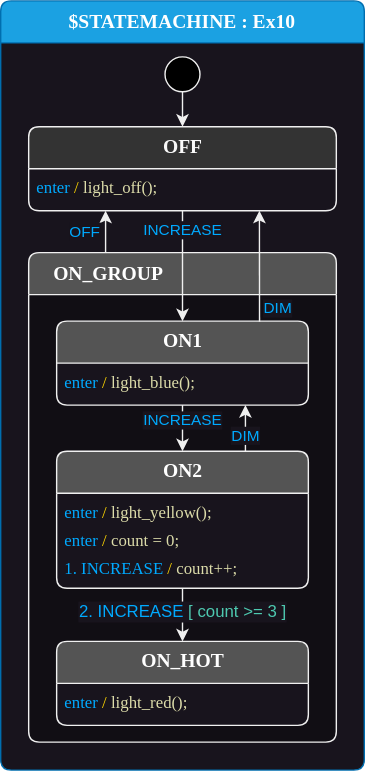
Above: docs/fundamentals-1/Ex10.drawio.svg in StateSmith/statesmith.github.io (draw.io), before the change. Source tidied: cells renumbered, new cells last; positions are measured from the earlier drawing's top-left corner, leaving out a move shared by most shapes. Source of this version:
```xml
<mxGraphModel>
  <root>
    <mxCell id="0" />
    <mxCell id="1" parent="0" />
    <mxCell id="2" value="$STATEMACHINE : Ex10" style="shape=swimlane;align=center;verticalAlign=top;fontFamily=Lucida Console;startSize=30;fontSize=14;fontStyle=1;swimlaneFillColor=#18141d;rounded=1;arcSize=15;absoluteArcSize=1;fillColor=#1ba1e2;fontColor=#ffffff;strokeColor=#006EAF;" parent="1" vertex="1">
      <mxGeometry width="260" height="550" as="geometry" />
    </mxCell>
    <mxCell id="3" value="ON_GROUP " style="shape=swimlane;align=left;verticalAlign=top;fontFamily=Lucida Console;startSize=30;fontSize=14;fontStyle=1;fontColor=#ffffff;fillColor=#545454;swimlaneFillColor=#110E14;rounded=1;arcSize=15;absoluteArcSize=1;strokeColor=#F0F0F0;spacingLeft=16;" parent="2" vertex="1">
      <mxGeometry x="20" y="180" width="220" height="350" as="geometry" />
    </mxCell>
    <mxCell id="4" value=" " style="fontFamily=Lucida Console;align=left;verticalAlign=top;fillColor=none;gradientColor=none;strokeColor=none;rounded=0;spacingLeft=4;" parent="3" vertex="1">
      <mxGeometry y="30" width="30" height="20" as="geometry" />
    </mxCell>
    <mxCell id="5" value="ON1" style="shape=swimlane;align=center;verticalAlign=top;fontFamily=Lucida Console;startSize=30;fontSize=14;fontStyle=1;swimlaneFillColor=#18141d;html=1;rounded=1;arcSize=15;absoluteArcSize=1;fillColor=#545454;fontColor=#ffffff;strokeColor=#F0F0F0;" parent="3" vertex="1">
      <mxGeometry x="20" y="49" width="180" height="60" as="geometry" />
    </mxCell>
    <mxCell id="6" value="&lt;font color=&quot;#00aaff&quot;&gt;enter&lt;/font&gt; &lt;font color=&quot;#ffd700&quot;&gt;/&lt;/font&gt; &lt;font color=&quot;#dcdcaa&quot;&gt;light_blue();&lt;/font&gt;" style="fontFamily=Lucida Console;align=left;verticalAlign=top;fillColor=none;gradientColor=none;strokeColor=none;rounded=0;spacingLeft=4;html=1;" parent="5" vertex="1">
      <mxGeometry y="30" width="180" height="30" as="geometry" />
    </mxCell>
    <mxCell id="7" value="ON2" style="shape=swimlane;align=center;verticalAlign=top;fontFamily=Lucida Console;startSize=30;fontSize=14;fontStyle=1;swimlaneFillColor=#18141d;html=1;rounded=1;arcSize=15;absoluteArcSize=1;fillColor=#545454;fontColor=#ffffff;strokeColor=#F0F0F0;" parent="3" vertex="1">
      <mxGeometry x="20" y="142" width="180" height="98" as="geometry" />
    </mxCell>
    <mxCell id="8" value="&lt;font color=&quot;#00aaff&quot;&gt;enter &lt;/font&gt;&lt;font color=&quot;#ffd700&quot;&gt;/&lt;/font&gt; &lt;font color=&quot;#dcdcaa&quot;&gt;light_yellow();&lt;/font&gt;" style="fontFamily=Lucida Console;align=left;verticalAlign=top;fillColor=none;gradientColor=none;strokeColor=none;rounded=0;spacingLeft=4;html=1;" parent="7" vertex="1">
      <mxGeometry y="30" width="167" height="20" as="geometry" />
    </mxCell>
    <mxCell id="9" value="&lt;font color=&quot;#00aaff&quot;&gt;enter&lt;/font&gt; &lt;font color=&quot;#ffd700&quot;&gt;/&lt;/font&gt; &lt;font color=&quot;#dcdcaa&quot;&gt;count = 0;&lt;/font&gt;&lt;br&gt;" style="fontFamily=Lucida Console;align=left;verticalAlign=top;fillColor=none;gradientColor=none;strokeColor=none;rounded=0;spacingLeft=4;html=1;" parent="7" vertex="1">
      <mxGeometry y="50" width="160" height="20" as="geometry" />
    </mxCell>
    <mxCell id="10" value="&lt;font color=&quot;#00aaff&quot;&gt;1. INCREASE&lt;/font&gt; &lt;font color=&quot;#ffd700&quot;&gt;/&lt;/font&gt; &lt;font color=&quot;#dcdcaa&quot;&gt;count++;&lt;/font&gt;" style="fontFamily=Lucida Console;align=left;verticalAlign=top;fillColor=none;gradientColor=none;strokeColor=none;rounded=0;spacingLeft=4;html=1;" parent="7" vertex="1">
      <mxGeometry y="70" width="167" height="24" as="geometry" />
    </mxCell>
    <mxCell id="11" value="DIM" style="edgeStyle=none;html=1;exitX=0.75;exitY=0;exitDx=0;exitDy=0;entryX=0.75;entryY=1;entryDx=0;entryDy=0;fontColor=#00AAFF;strokeColor=#F0F0F0;labelBackgroundColor=#18141D;" parent="3" edge="1" source="7" target="5">
      <mxGeometry x="-0.33" relative="1" as="geometry" />
    </mxCell>
    <mxCell id="12" value="&lt;font&gt;INCREASE&lt;/font&gt;" style="edgeStyle=none;html=1;entryX=0.5;entryY=0;entryDx=0;entryDy=0;fontColor=#00AAFF;strokeColor=#F0F0F0;labelBackgroundColor=#18141D;" parent="3" edge="1" source="5" target="7">
      <mxGeometry x="-0.33" relative="1" as="geometry" />
    </mxCell>
    <mxCell id="13" value="ON_HOT" style="shape=swimlane;align=center;verticalAlign=top;fontFamily=Lucida Console;startSize=30;fontSize=14;fontStyle=1;swimlaneFillColor=#18141d;html=1;rounded=1;arcSize=15;absoluteArcSize=1;fillColor=#545454;fontColor=#ffffff;strokeColor=#F0F0F0;" parent="3" vertex="1">
      <mxGeometry x="20" y="278" width="180" height="60" as="geometry" />
    </mxCell>
    <mxCell id="14" value="&lt;font color=&quot;#00aaff&quot;&gt;enter&lt;/font&gt; &lt;font color=&quot;#ffd700&quot;&gt;/&lt;/font&gt; &lt;font color=&quot;#dcdcaa&quot;&gt;light_red();&lt;/font&gt;" style="fontFamily=Lucida Console;align=left;verticalAlign=top;fillColor=none;gradientColor=none;strokeColor=none;rounded=0;spacingLeft=4;html=1;" parent="13" vertex="1">
      <mxGeometry y="30" width="165" height="26" as="geometry" />
    </mxCell>
    <mxCell id="15" value="&lt;font style=&quot;font-size: 12px;&quot;&gt;&lt;font color=&quot;#00aaff&quot;&gt;2. INCREASE&lt;/font&gt; &lt;font color=&quot;#4ec9b0&quot;&gt;[ count &amp;gt;= 3 ]&lt;/font&gt;&lt;/font&gt;" style="edgeStyle=none;html=1;verticalAlign=middle;entryX=0.5;entryY=0;entryDx=0;entryDy=0;exitX=0.5;exitY=1;exitDx=0;exitDy=0;strokeColor=#F0F0F0;labelBackgroundColor=#18141D;" parent="3" edge="1" source="7" target="13">
      <mxGeometry x="-0.11" relative="1" as="geometry" />
    </mxCell>
    <mxCell id="16" value=" " style="fontFamily=Lucida Console;align=left;verticalAlign=top;fillColor=none;gradientColor=none;strokeColor=none;rounded=0;spacingLeft=4;" parent="2" vertex="1">
      <mxGeometry y="30" width="30" height="20" as="geometry" />
    </mxCell>
    <mxCell id="17" style="edgeStyle=none;html=1;strokeColor=#F0F0F0;" parent="2" edge="1" source="18" target="19">
      <mxGeometry relative="1" as="geometry" />
    </mxCell>
    <mxCell id="18" value="$initial_state" style="shape=ellipse;fillColor=#000000;noLabel=1;strokeColor=#F0F0F0;" parent="2" vertex="1">
      <mxGeometry x="117.5" y="40" width="25" height="25" as="geometry" />
    </mxCell>
    <mxCell id="19" value="OFF" style="shape=swimlane;align=center;verticalAlign=top;fontFamily=Lucida Console;startSize=30;fontSize=14;fontStyle=1;swimlaneFillColor=#18141d;html=1;rounded=1;arcSize=15;absoluteArcSize=1;fillColor=#333333;fontColor=#FAFAFA;strokeColor=#F0F0F0;" parent="2" vertex="1">
      <mxGeometry x="20" y="90" width="220" height="60" as="geometry" />
    </mxCell>
    <mxCell id="20" value="&lt;font color=&quot;#00aaff&quot;&gt;enter &lt;/font&gt;&lt;font color=&quot;#ffd700&quot;&gt;/&lt;/font&gt; &lt;font color=&quot;#dcdcaa&quot;&gt;light_off();&lt;/font&gt;" style="fontFamily=Lucida Console;align=left;verticalAlign=top;fillColor=none;gradientColor=none;strokeColor=none;rounded=0;spacingLeft=4;html=1;" parent="19" vertex="1">
      <mxGeometry y="30" width="170" height="30" as="geometry" />
    </mxCell>
    <mxCell id="21" value="OFF" style="edgeStyle=none;html=1;exitX=0.25;exitY=0;exitDx=0;exitDy=0;entryX=0.25;entryY=1;entryDx=0;entryDy=0;fontColor=#00AAFF;strokeColor=#F0F0F0;labelBackgroundColor=#18141D;" parent="2" edge="1" source="3" target="19">
      <mxGeometry x="0.02" y="15" relative="1" as="geometry" />
    </mxCell>
    <mxCell id="22" value="DIM" style="edgeStyle=none;html=1;exitX=0.806;exitY=0.007;exitDx=0;exitDy=0;exitPerimeter=0;fontColor=#00AAFF;entryX=0.75;entryY=1;entryDx=0;entryDy=0;strokeColor=#F0F0F0;labelBackgroundColor=#18141D;" parent="2" edge="1" source="5" target="19">
      <mxGeometry x="-0.78" y="-13" relative="1" as="geometry" />
    </mxCell>
    <mxCell id="23" value="INCREASE" style="edgeStyle=none;html=1;exitX=0.5;exitY=1;exitDx=0;exitDy=0;entryX=0.5;entryY=0;entryDx=0;entryDy=0;fontColor=#00AAFF;labelBackgroundColor=#18141D;strokeColor=#F0F0F0;" parent="2" edge="1" source="19" target="5">
      <mxGeometry x="-0.65" relative="1" as="geometry" />
    </mxCell>
  </root>
</mxGraphModel>
```
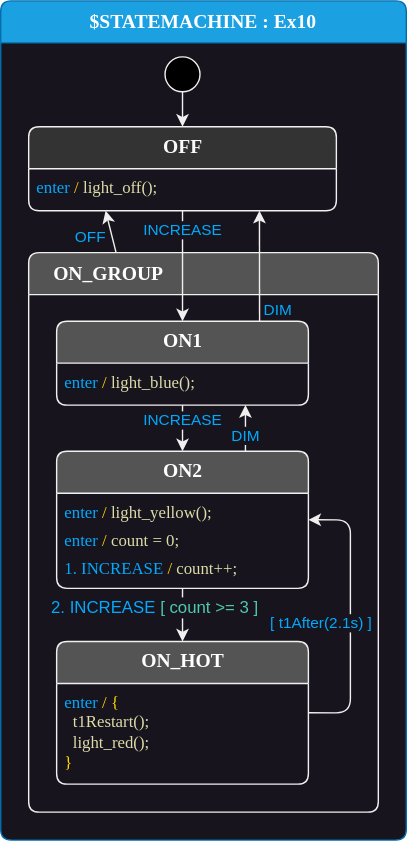
After the commit.

The edit, as a diff of the source:
```diff
@@ -3,10 +3,10 @@
     <mxCell id="0" />
     <mxCell id="1" parent="0" />
     <mxCell id="2" value="$STATEMACHINE : Ex10" style="shape=swimlane;align=center;verticalAlign=top;fontFamily=Lucida Console;startSize=30;fontSize=14;fontStyle=1;swimlaneFillColor=#18141d;rounded=1;arcSize=15;absoluteArcSize=1;fillColor=#1ba1e2;fontColor=#ffffff;strokeColor=#006EAF;" parent="1" vertex="1">
-      <mxGeometry width="260" height="550" as="geometry" />
+      <mxGeometry width="290" height="600" as="geometry" />
     </mxCell>
-    <mxCell id="3" value="ON_GROUP " style="shape=swimlane;align=left;verticalAlign=top;fontFamily=Lucida Console;startSize=30;fontSize=14;fontStyle=1;fontColor=#ffffff;fillColor=#545454;swimlaneFillColor=#110E14;rounded=1;arcSize=15;absoluteArcSize=1;strokeColor=#F0F0F0;spacingLeft=16;" parent="2" vertex="1">
-      <mxGeometry x="20" y="180" width="220" height="350" as="geometry" />
+    <mxCell id="3" value="ON_GROUP " style="shape=swimlane;align=left;verticalAlign=top;fontFamily=Lucida Console;startSize=30;fontSize=14;fontStyle=1;fontColor=#ffffff;fillColor=#545454;swimlaneFillColor=none;rounded=1;arcSize=15;absoluteArcSize=1;strokeColor=#F0F0F0;spacingLeft=16;" parent="2" vertex="1">
+      <mxGeometry x="20" y="180" width="250" height="400" as="geometry" />
     </mxCell>
     <mxCell id="4" value=" " style="fontFamily=Lucida Console;align=left;verticalAlign=top;fillColor=none;gradientColor=none;strokeColor=none;rounded=0;spacingLeft=4;" parent="3" vertex="1">
       <mxGeometry y="30" width="30" height="20" as="geometry" />
@@ -35,14 +35,22 @@
     <mxCell id="12" value="&lt;font&gt;INCREASE&lt;/font&gt;" style="edgeStyle=none;html=1;entryX=0.5;entryY=0;entryDx=0;entryDy=0;fontColor=#00AAFF;strokeColor=#F0F0F0;labelBackgroundColor=#18141D;" parent="3" edge="1" source="5" target="7">
       <mxGeometry x="-0.33" relative="1" as="geometry" />
     </mxCell>
+    <mxCell id="24" value="[ t1After(2.1s) ]" style="edgeStyle=orthogonalEdgeStyle;html=1;exitX=1;exitY=0.5;exitDx=0;exitDy=0;entryX=1;entryY=0.5;entryDx=0;entryDy=0;strokeColor=#F0F0F0;fontColor=#00AAFF;labelBackgroundColor=#18141D;" parent="3" edge="1" source="13" target="7">
+      <mxGeometry x="-0.05" y="21" relative="1" as="geometry">
+        <Array as="points">
+          <mxPoint x="230" y="329" />
+          <mxPoint x="230" y="191" />
+        </Array>
+      </mxGeometry>
+    </mxCell>
     <mxCell id="13" value="ON_HOT" style="shape=swimlane;align=center;verticalAlign=top;fontFamily=Lucida Console;startSize=30;fontSize=14;fontStyle=1;swimlaneFillColor=#18141d;html=1;rounded=1;arcSize=15;absoluteArcSize=1;fillColor=#545454;fontColor=#ffffff;strokeColor=#F0F0F0;" parent="3" vertex="1">
-      <mxGeometry x="20" y="278" width="180" height="60" as="geometry" />
+      <mxGeometry x="20" y="278" width="180" height="102" as="geometry" />
     </mxCell>
-    <mxCell id="14" value="&lt;font color=&quot;#00aaff&quot;&gt;enter&lt;/font&gt; &lt;font color=&quot;#ffd700&quot;&gt;/&lt;/font&gt; &lt;font color=&quot;#dcdcaa&quot;&gt;light_red();&lt;/font&gt;" style="fontFamily=Lucida Console;align=left;verticalAlign=top;fillColor=none;gradientColor=none;strokeColor=none;rounded=0;spacingLeft=4;html=1;" parent="13" vertex="1">
-      <mxGeometry y="30" width="165" height="26" as="geometry" />
+    <mxCell id="14" value="&lt;font color=&quot;#00aaff&quot;&gt;enter&lt;/font&gt; &lt;font color=&quot;#ffd700&quot;&gt;/ {&lt;/font&gt;&lt;br&gt;&amp;nbsp;&amp;nbsp;&lt;font color=&quot;#dcdcaa&quot;&gt;t1Restart();&lt;/font&gt;&lt;br&gt;&amp;nbsp;&amp;nbsp;&lt;font color=&quot;#dcdcaa&quot;&gt;light_red();&lt;br&gt;&lt;/font&gt;&lt;span style=&quot;color: rgb(255, 215, 0);&quot;&gt;}&lt;/span&gt;&lt;font color=&quot;#dcdcaa&quot;&gt;&lt;br&gt;&lt;/font&gt;" style="fontFamily=Lucida Console;align=left;verticalAlign=top;fillColor=none;gradientColor=none;strokeColor=none;rounded=0;spacingLeft=4;html=1;" parent="13" vertex="1">
+      <mxGeometry y="30" width="130" height="70" as="geometry" />
     </mxCell>
     <mxCell id="15" value="&lt;font style=&quot;font-size: 12px;&quot;&gt;&lt;font color=&quot;#00aaff&quot;&gt;2. INCREASE&lt;/font&gt; &lt;font color=&quot;#4ec9b0&quot;&gt;[ count &amp;gt;= 3 ]&lt;/font&gt;&lt;/font&gt;" style="edgeStyle=none;html=1;verticalAlign=middle;entryX=0.5;entryY=0;entryDx=0;entryDy=0;exitX=0.5;exitY=1;exitDx=0;exitDy=0;strokeColor=#F0F0F0;labelBackgroundColor=#18141D;" parent="3" edge="1" source="7" target="13">
-      <mxGeometry x="-0.11" relative="1" as="geometry" />
+      <mxGeometry x="-0.27" y="-20" relative="1" as="geometry" />
     </mxCell>
     <mxCell id="16" value=" " style="fontFamily=Lucida Console;align=left;verticalAlign=top;fillColor=none;gradientColor=none;strokeColor=none;rounded=0;spacingLeft=4;" parent="2" vertex="1">
       <mxGeometry y="30" width="30" height="20" as="geometry" />
```
